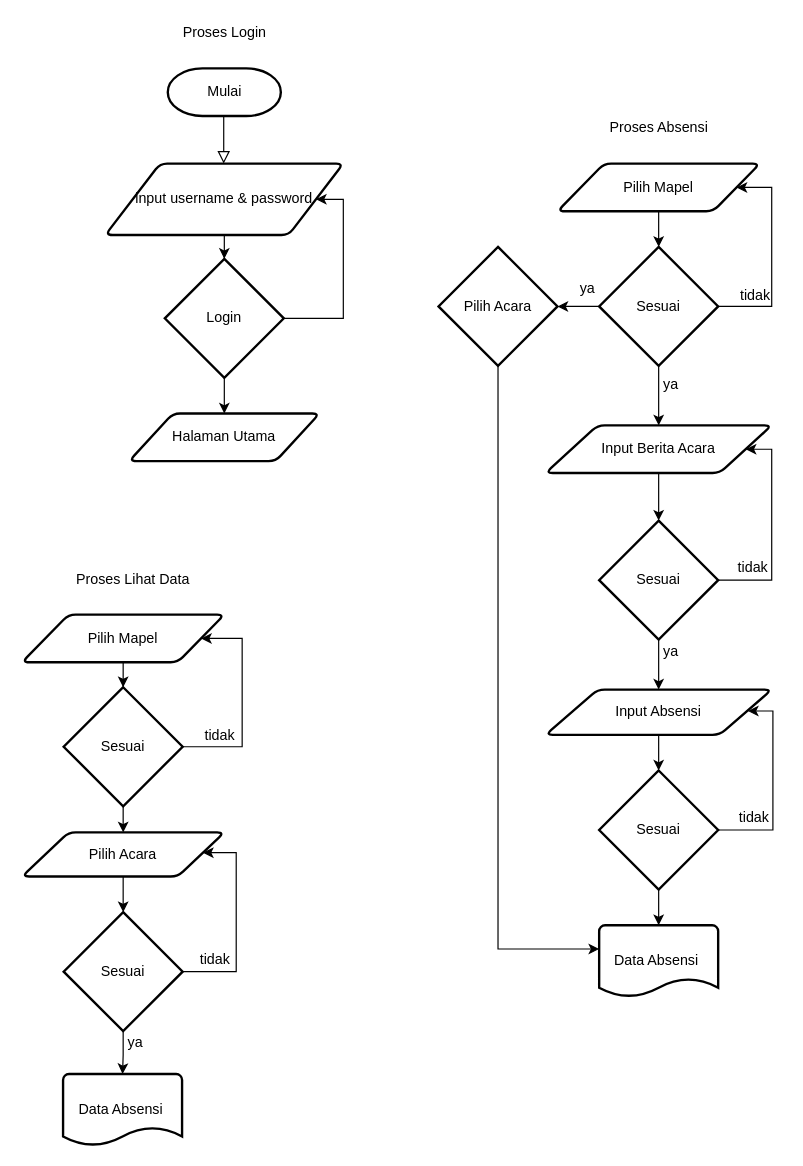
Before: Untitled Diagram.drawio in wahyudi2920/afcticord_project, a draw.io diagram. Source tidied: cells renumbered, new cells numbered last; positions are measured from the earlier drawing's top-left corner, leaving out a move shared by most shapes. Both pictures are drawn from the tidied source at 119%, with x=0, y=0 at pixel (21, 20).
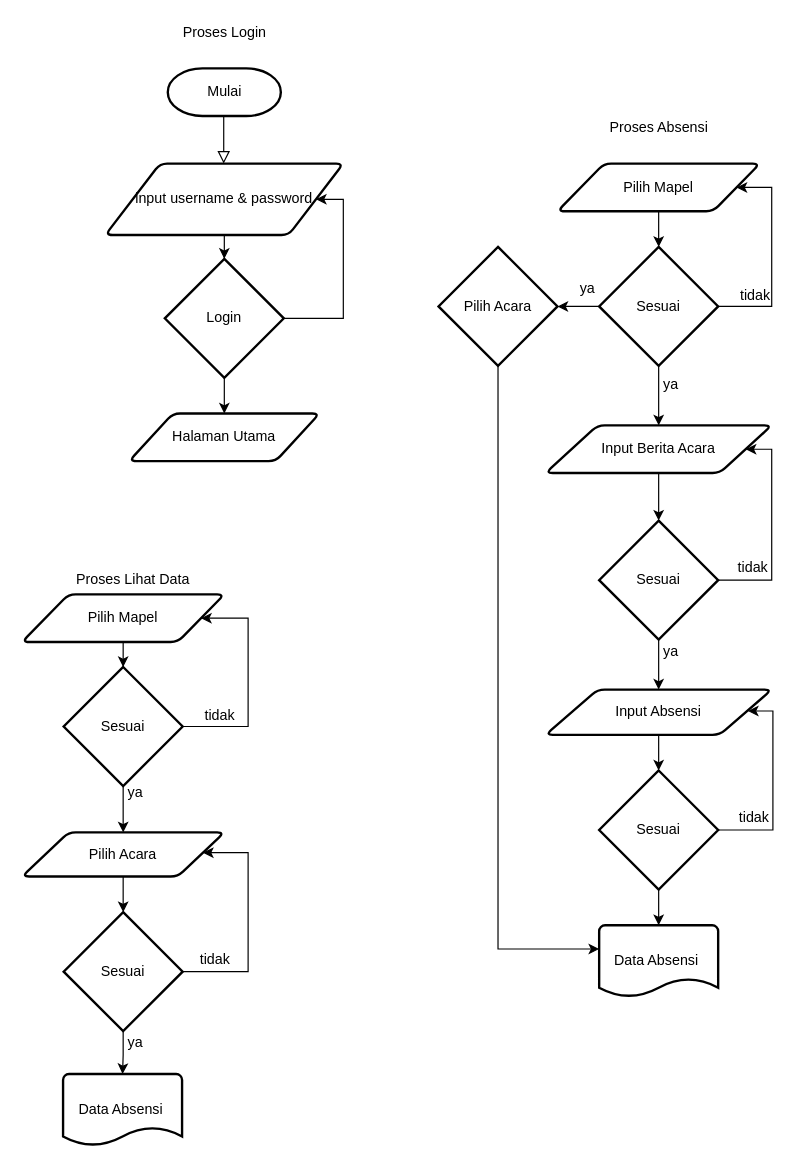
The same diagram, later.

Unchanged cells that the change refers to:
```xml
<mxCell id="45" value="Pilih Acara" style="shape=parallelogram;html=1;strokeWidth=2;perimeter=parallelogramPerimeter;whiteSpace=wrap;rounded=1;arcSize=12;size=0.23;" parent="1" vertex="1">
  <mxGeometry y="682" width="170" height="37" as="geometry" />
</mxCell>
<mxCell id="49" value="Sesuai" style="strokeWidth=2;html=1;shape=mxgraph.flowchart.decision;whiteSpace=wrap;" parent="1" vertex="1">
  <mxGeometry x="35" y="749" width="100" height="100" as="geometry" />
</mxCell>
```

Change to the diagram source:
```diff
@@
     <mxCell id="38" value="Pilih Mapel" style="shape=parallelogram;html=1;strokeWidth=2;perimeter=parallelogramPerimeter;whiteSpace=wrap;rounded=1;arcSize=12;size=0.23;" parent="1" vertex="1">
-      <mxGeometry y="499" width="170" height="40" as="geometry" />
+      <mxGeometry y="482" width="170" height="40" as="geometry" />
     </mxCell>
     <mxCell id="39" style="edgeStyle=orthogonalEdgeStyle;rounded=0;jettySize=auto;html=1;entryX=1;entryY=0.5;entryDx=0;entryDy=0;exitX=1;exitY=0.5;exitDx=0;exitDy=0;exitPerimeter=0;" parent="1" edge="1" source="41" target="38">
       <mxGeometry relative="1" as="geometry">
         <Array as="points">
-          <mxPoint x="185" y="610" />
-          <mxPoint x="185" y="519" />
+          <mxPoint x="190" y="593" />
+          <mxPoint x="190" y="502" />
         </Array>
       </mxGeometry>
     </mxCell>
@@
     <mxCell id="41" value="Sesuai" style="strokeWidth=2;html=1;shape=mxgraph.flowchart.decision;whiteSpace=wrap;" parent="1" vertex="1">
-      <mxGeometry x="35" y="560" width="100" height="100" as="geometry" />
+      <mxGeometry x="35" y="543" width="100" height="100" as="geometry" />
     </mxCell>
     <mxCell id="42" value="tidak" style="text;html=1;align=center;verticalAlign=middle;" parent="1" vertex="1">
-      <mxGeometry x="146" y="591" width="40" height="20" as="geometry" />
+      <mxGeometry x="146" y="574" width="40" height="20" as="geometry" />
     </mxCell>
@@
     <mxCell id="48" style="edgeStyle=orthogonalEdgeStyle;rounded=0;jettySize=auto;html=1;" parent="1" edge="1" source="49" target="45">
       <mxGeometry relative="1" as="geometry">
         <Array as="points">
-          <mxPoint x="180" y="799" />
-          <mxPoint x="180" y="699" />
+          <mxPoint x="190" y="799" />
+          <mxPoint x="190" y="699" />
         </Array>
       </mxGeometry>
     </mxCell>
@@
+    <mxCell id="52" value="ya" style="text;html=1;align=center;verticalAlign=middle;" parent="1" vertex="1">
+      <mxGeometry x="80" y="639" width="30" height="20" as="geometry" />
+    </mxCell>
```
